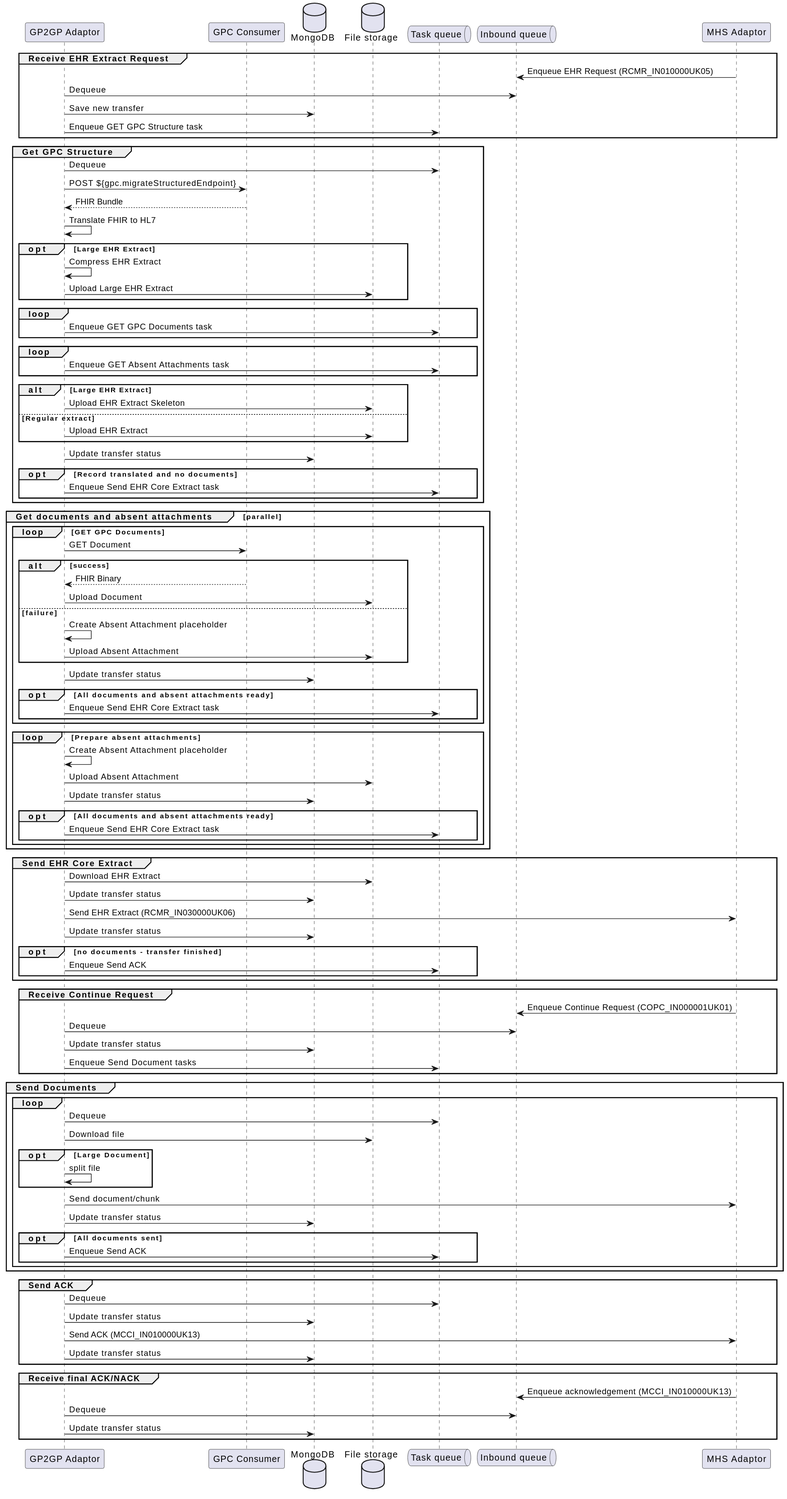
The PlantUML diagram documentation/sequence/sequence.svg in NHSDigital/integration-adaptor-gp2gp, before a commit.
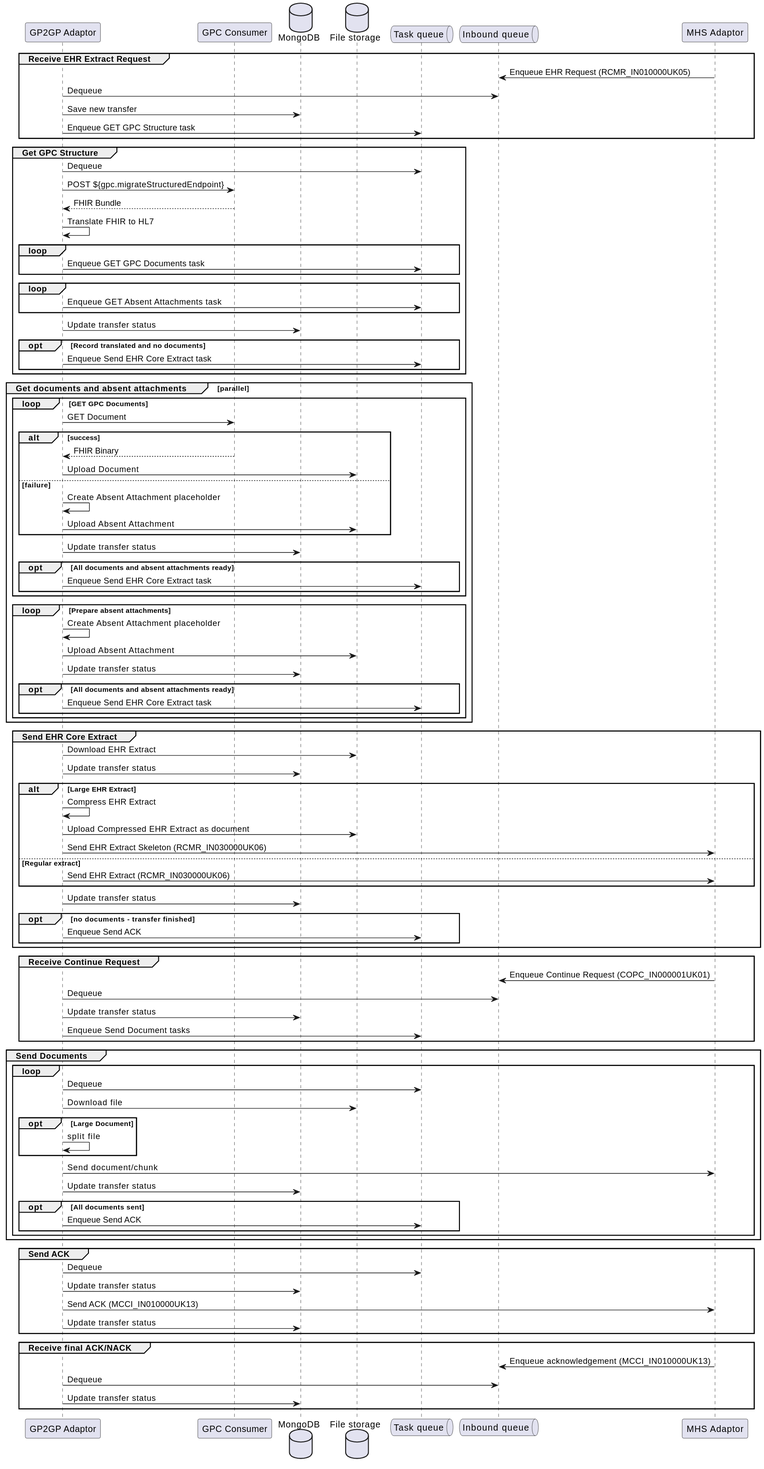
Above is the later version.

Commit message:
Seq Diagram: move compression to Send EHR Core Extract section

Change to the diagram source:
```diff
@@ -20,23 +20,12 @@
   gpc --> gp2gp: FHIR Bundle
   gp2gp -> gp2gp: Translate FHIR to HL7
 
-  opt Large EHR Extract
-    gp2gp -> gp2gp: Compress EHR Extract
-    gp2gp -> storage: Upload Large EHR Extract
-  end
-
   loop
     gp2gp -> task: Enqueue GET GPC Documents task
   end
 
   loop
     gp2gp -> task: Enqueue GET Absent Attachments task
-  end
-
-  alt Large EHR Extract
-    gp2gp -> storage: Upload EHR Extract Skeleton
-  else Regular extract
-    gp2gp -> storage: Upload EHR Extract
   end
 
   gp2gp -> mongo: Update transfer status
@@ -79,9 +68,16 @@
 group Send EHR Core Extract
   gp2gp -> storage: Download EHR Extract
   gp2gp -> mongo: Update transfer status
-  gp2gp -> mhs: Send EHR Extract (RCMR_IN030000UK06)
+
+  alt Large EHR Extract
+    gp2gp -> gp2gp: Compress EHR Extract
+    gp2gp -> storage: Upload Compressed EHR Extract as document
+    gp2gp -> mhs: Send EHR Extract Skeleton (RCMR_IN030000UK06)
+  else Regular extract
+    gp2gp -> mhs: Send EHR Extract (RCMR_IN030000UK06)
+  end
+
   gp2gp -> mongo: Update transfer status
-
   opt no documents - transfer finished
     gp2gp -> task: Enqueue Send ACK
   end
```
